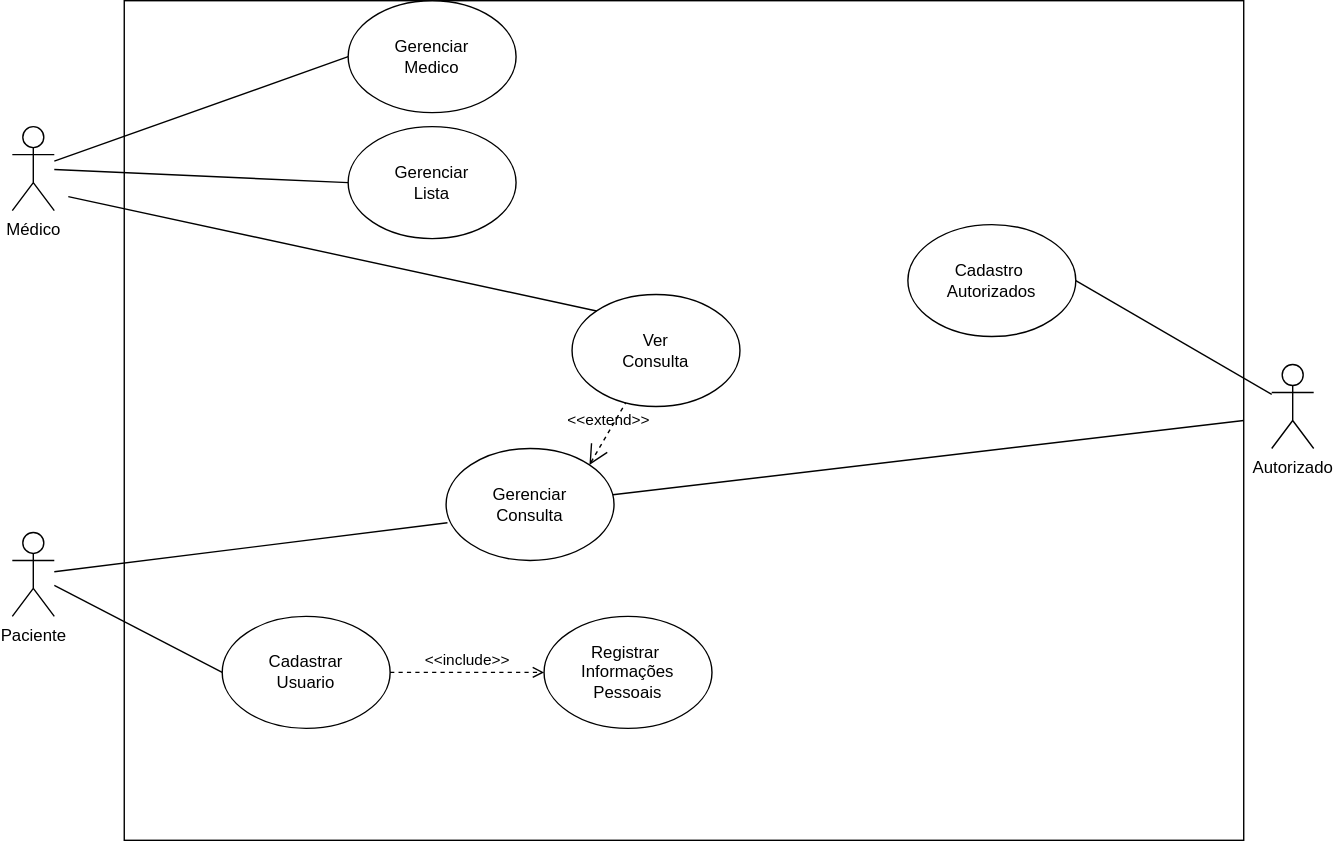
This is Projeto_MPS/Diagramas/CasosDeUso.svg from cassiovittori/Projeto_MPS, a draw.io export, as it was before one commit. Source tidied: cells renumbered, new cells last; positions are measured from the earlier drawing's top-left corner, leaving out a move shared by most shapes.
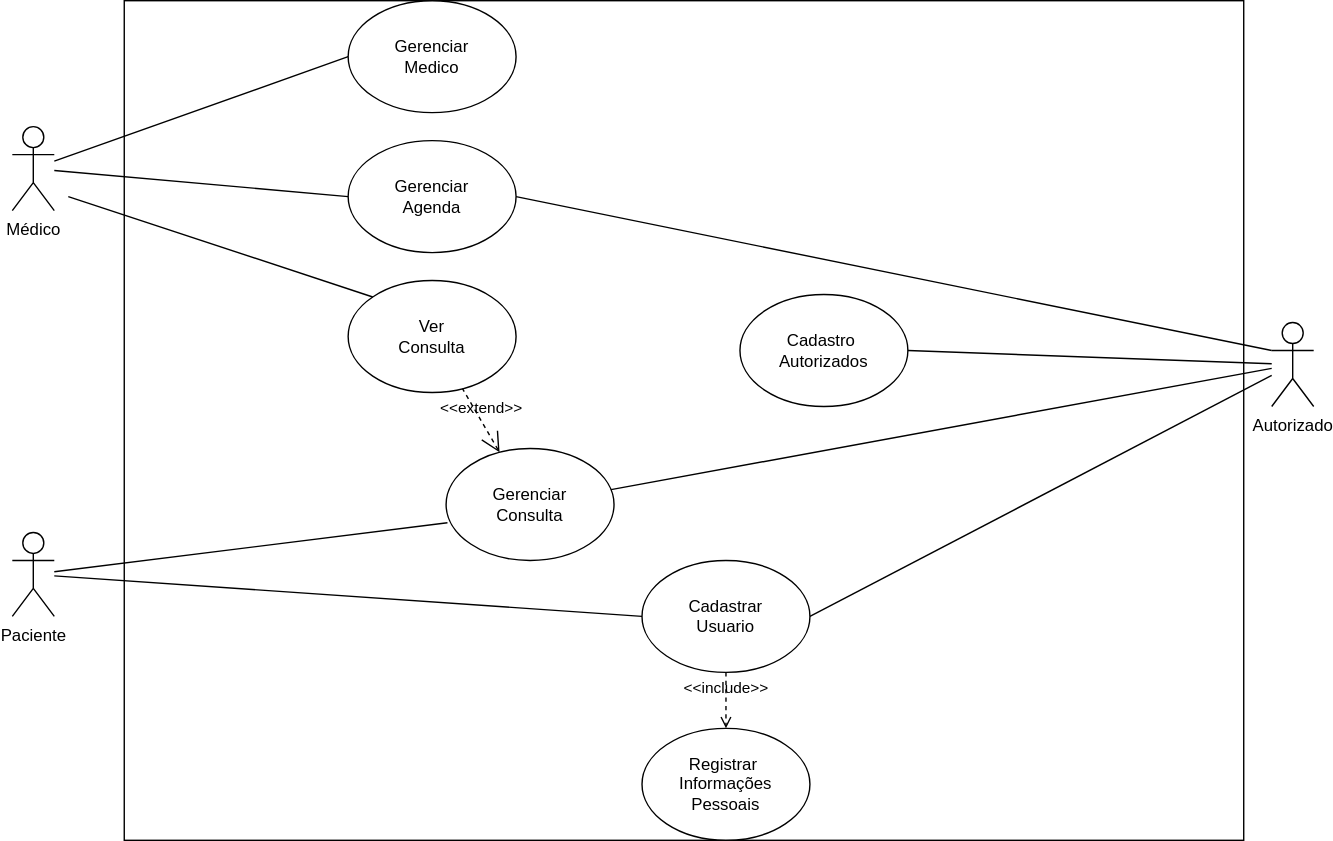
After the change.

What changed in the source:
```diff
@@ -18,16 +18,16 @@
       <mxGeometry y="380" width="30" height="60" as="geometry" />
     </mxCell>
     <mxCell id="7" value="Cadastrar&lt;div&gt;Usuario&lt;/div&gt;" style="ellipse;whiteSpace=wrap;html=1;" parent="1" vertex="1">
-      <mxGeometry x="150" y="440" width="120" height="80" as="geometry" />
+      <mxGeometry x="450" y="400" width="120" height="80" as="geometry" />
     </mxCell>
     <mxCell id="8" style="endArrow=none;html=1;rounded=0;entryX=0;entryY=0.5;entryDx=0;entryDy=0;" parent="1" edge="1" source="6" target="7">
       <mxGeometry relative="1" as="geometry" />
     </mxCell>
-    <mxCell id="9" value="Gerenciar&lt;div&gt;Lista&lt;/div&gt;" style="ellipse;whiteSpace=wrap;html=1;" parent="1" vertex="1">
-      <mxGeometry x="240" y="90" width="120" height="80" as="geometry" />
+    <mxCell id="9" value="Gerenciar&lt;div&gt;Agenda&lt;/div&gt;" style="ellipse;whiteSpace=wrap;html=1;" parent="1" vertex="1">
+      <mxGeometry x="240" y="100" width="120" height="80" as="geometry" />
     </mxCell>
     <mxCell id="10" value="Registrar&amp;nbsp;&lt;div&gt;Informações&lt;/div&gt;&lt;div&gt;Pessoais&lt;/div&gt;" style="ellipse;whiteSpace=wrap;html=1;" parent="1" vertex="1">
-      <mxGeometry x="380" y="440" width="120" height="80" as="geometry" />
+      <mxGeometry x="450" y="520" width="120" height="80" as="geometry" />
     </mxCell>
     <mxCell id="11" value="Gerenciar&lt;div&gt;Consulta&lt;/div&gt;" style="ellipse;whiteSpace=wrap;html=1;" parent="1" vertex="1">
       <mxGeometry x="310" y="320" width="120" height="80" as="geometry" />
@@ -38,13 +38,13 @@
     <mxCell id="13" style="endArrow=none;html=1;rounded=0;entryX=0;entryY=0.5;entryDx=0;entryDy=0;" parent="1" edge="1" source="3" target="9">
       <mxGeometry relative="1" as="geometry" />
     </mxCell>
-    <mxCell id="14" value="&amp;lt;&amp;lt;include&amp;gt;&amp;gt;" style="html=1;verticalAlign=bottom;labelBackgroundColor=none;endArrow=open;endFill=0;dashed=1;rounded=0;exitX=1;exitY=0.5;exitDx=0;exitDy=0;entryX=0;entryY=0.5;entryDx=0;entryDy=0;" parent="1" edge="1" source="7" target="10">
+    <mxCell id="14" value="&amp;lt;&amp;lt;include&amp;gt;&amp;gt;" style="html=1;verticalAlign=bottom;labelBackgroundColor=none;endArrow=open;endFill=0;dashed=1;rounded=0;exitX=0.5;exitY=1;exitDx=0;exitDy=0;entryX=0.5;entryY=0;entryDx=0;entryDy=0;" parent="1" edge="1" source="7" target="10">
       <mxGeometry relative="1" as="geometry" />
     </mxCell>
     <mxCell id="15" value="Ver&lt;div&gt;Consulta&lt;/div&gt;" style="ellipse;whiteSpace=wrap;html=1;" parent="1" vertex="1">
-      <mxGeometry x="400" y="210" width="120" height="80" as="geometry" />
+      <mxGeometry x="240" y="200" width="120" height="80" as="geometry" />
     </mxCell>
-    <mxCell id="16" value="&amp;lt;&amp;lt;extend&amp;gt;&amp;gt;" style="edgeStyle=none;html=1;startArrow=open;endArrow=none;startSize=12;verticalAlign=bottom;dashed=1;labelBackgroundColor=none;rounded=0;exitX=1;exitY=0;exitDx=0;exitDy=0;" parent="1" edge="1" source="11" target="15">
+    <mxCell id="16" value="&amp;lt;&amp;lt;extend&amp;gt;&amp;gt;" style="edgeStyle=none;html=1;startArrow=open;endArrow=none;startSize=12;verticalAlign=bottom;dashed=1;labelBackgroundColor=none;rounded=0;" parent="1" edge="1" source="11" target="15">
       <mxGeometry relative="1" as="geometry" />
     </mxCell>
     <mxCell id="17" style="endArrow=none;html=1;rounded=0;entryX=0;entryY=0;entryDx=0;entryDy=0;" parent="1" edge="1" target="15">
@@ -53,16 +53,22 @@
       </mxGeometry>
     </mxCell>
     <mxCell id="18" value="Autorizado" style="shape=umlActor;verticalLabelPosition=bottom;verticalAlign=top;html=1;outlineConnect=0;" parent="1" vertex="1">
-      <mxGeometry x="900" y="260" width="30" height="60" as="geometry" />
+      <mxGeometry x="900" y="230" width="30" height="60" as="geometry" />
     </mxCell>
     <mxCell id="19" value="Cadastro&amp;nbsp;&lt;div&gt;Autorizados&lt;/div&gt;" style="ellipse;whiteSpace=wrap;html=1;" parent="1" vertex="1">
-      <mxGeometry x="640" y="160" width="120" height="80" as="geometry" />
+      <mxGeometry x="520" y="210" width="120" height="80" as="geometry" />
     </mxCell>
     <mxCell id="20" style="endArrow=none;html=1;rounded=0;exitX=1;exitY=0.5;exitDx=0;exitDy=0;" parent="1" edge="1" source="19" target="18">
       <mxGeometry relative="1" as="geometry" />
     </mxCell>
-    <mxCell id="21" style="endArrow=none;html=1;rounded=0;entryX=1;entryY=0.5;entryDx=0;entryDy=0;" parent="1" edge="1" source="11" target="2">
+    <mxCell id="21" style="endArrow=none;html=1;rounded=0;" parent="1" edge="1" source="11" target="18">
       <mxGeometry relative="1" as="geometry" />
     </mxCell>
+    <mxCell id="22" style="endArrow=none;html=1;rounded=0;exitX=1;exitY=0.5;exitDx=0;exitDy=0;" parent="1" edge="1" source="7" target="18">
+      <mxGeometry relative="1" as="geometry" />
+    </mxCell>
+    <mxCell id="23" style="endArrow=none;html=1;rounded=0;entryX=0;entryY=0.3333333333333333;entryDx=0;entryDy=0;entryPerimeter=0;exitX=1;exitY=0.5;exitDx=0;exitDy=0;" parent="1" edge="1" source="9" target="18">
+      <mxGeometry relative="1" as="geometry" />
+    </mxCell>
   </root>
 </mxGraphModel>
```
